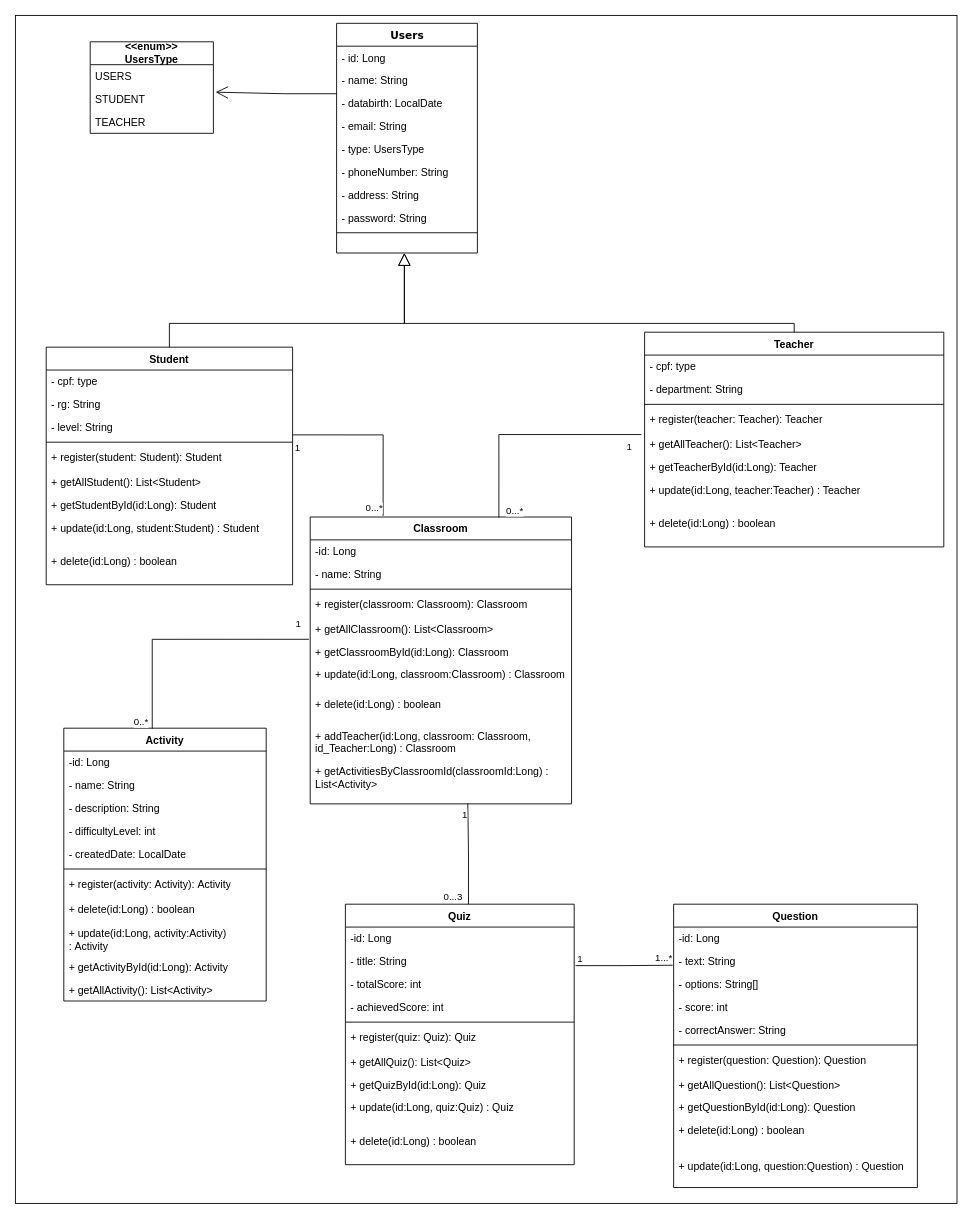
Earlier version of the draw.io diagram diagramas/Diagrama de classes.drawio (Jhonatan-Gutemberg/EnglishSchool). Source tidied: cells renumbered, new cells numbered last; positions are measured from the earlier drawing's top-left corner, leaving out a move shared by most shapes. Both pictures are drawn from the tidied source at 88%, with x=0, y=0 at pixel (15, 15).
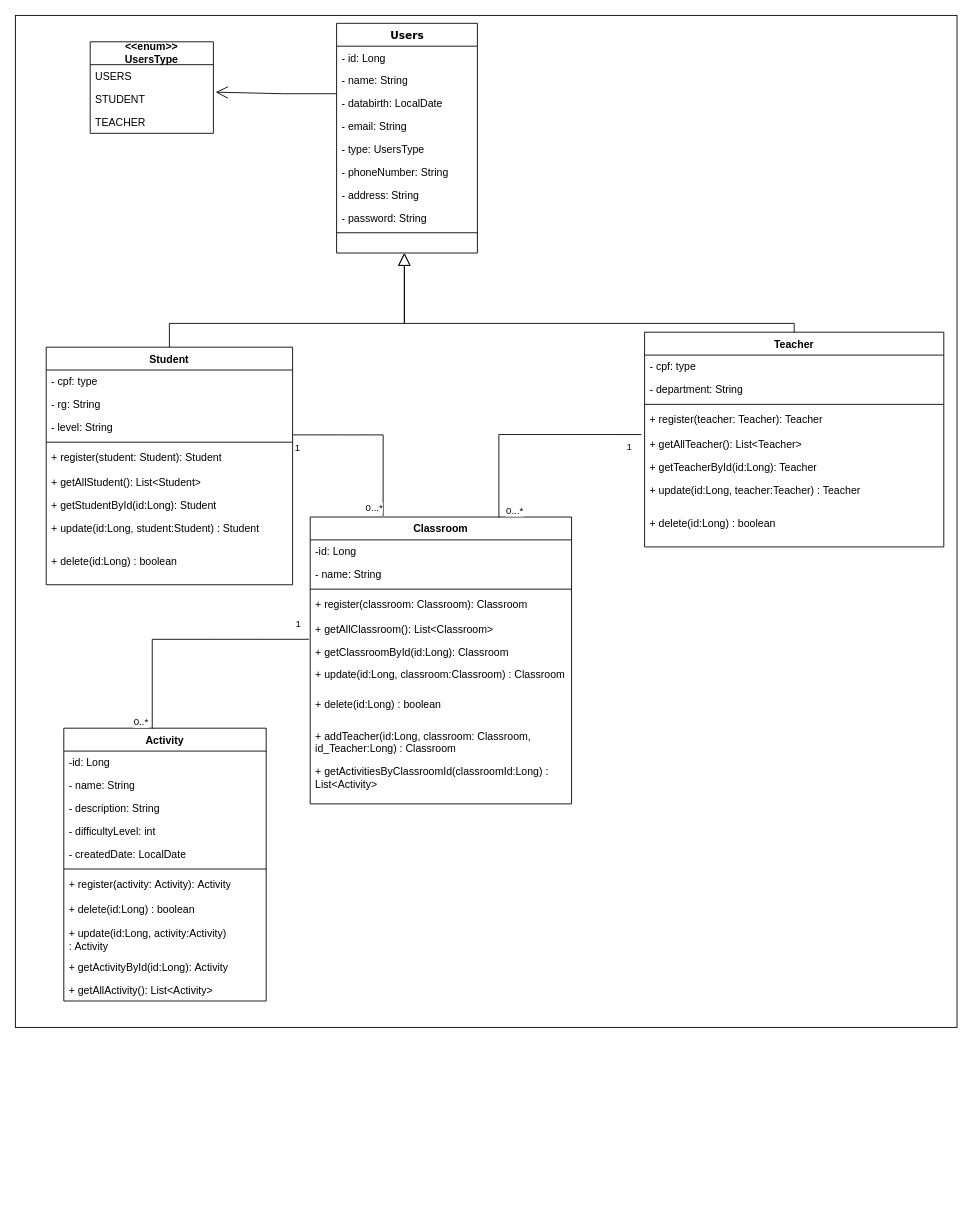
Above is the later version.

The change refers to these unchanged cells:
```xml
<mxCell id="49" value="+ getActivitiesByClassroomId(classroomId:Long) : List&amp;lt;Activity&amp;gt;" style="text;strokeColor=none;fillColor=none;align=left;verticalAlign=top;spacingLeft=4;spacingRight=4;overflow=hidden;points=[[0,0.5],[1,0.5]];portConstraint=eastwest;whiteSpace=wrap;html=1;" parent="39" vertex="1">
  <mxGeometry y="276" width="297" height="50" as="geometry" />
</mxCell>
```

What changed in the source:
```diff
@@
     <mxCell id="2" style="rounded=0;whiteSpace=wrap;html=1;" parent="1" vertex="1">
-      <mxGeometry width="1070" height="1350" as="geometry" />
+      <mxGeometry width="1070" height="1150" as="geometry" />
     </mxCell>
@@
-    <mxCell id="62" value="Quiz" style="swimlane;fontStyle=1;align=center;verticalAlign=top;horizontal=1;startSize=26;whiteSpace=wrap;html=1;" parent="1" vertex="1">
-      <mxGeometry x="375" y="1010" width="260" height="296" as="geometry" />
-    </mxCell>
-    <mxCell id="63" value="-id: Long" style="text;strokeColor=none;fillColor=none;align=left;verticalAlign=top;spacingLeft=4;spacingRight=4;overflow=hidden;whiteSpace=wrap;html=1;" parent="62" vertex="1">
-      <mxGeometry y="26" width="260" height="26" as="geometry" />
-    </mxCell>
-    <mxCell id="64" value="- title: String" style="text;strokeColor=none;fillColor=none;align=left;verticalAlign=top;spacingLeft=4;spacingRight=4;overflow=hidden;points=[[0,0.5],[1,0.5]];portConstraint=eastwest;whiteSpace=wrap;html=1;" parent="62" vertex="1">
-      <mxGeometry y="52" width="260" height="26" as="geometry" />
-    </mxCell>
-    <mxCell id="65" value="- totalScore: int" style="text;strokeColor=none;fillColor=none;align=left;verticalAlign=top;spacingLeft=4;spacingRight=4;overflow=hidden;whiteSpace=wrap;html=1;" parent="62" vertex="1">
-      <mxGeometry y="78" width="260" height="26" as="geometry" />
-    </mxCell>
-    <mxCell id="66" value="- achievedScore: int" style="text;strokeColor=none;fillColor=none;align=left;verticalAlign=top;spacingLeft=4;spacingRight=4;overflow=hidden;whiteSpace=wrap;html=1;" parent="62" vertex="1">
-      <mxGeometry y="104" width="260" height="26" as="geometry" />
-    </mxCell>
-    <mxCell id="67" style="line;strokeWidth=1;fillColor=none;align=left;verticalAlign=middle;spacingTop=-1;spacingLeft=3;spacingRight=3;labelPosition=right;strokeColor=inherit;" parent="62" vertex="1">
-      <mxGeometry y="130" width="260" height="8" as="geometry" />
-    </mxCell>
-    <mxCell id="68" value="+ register(q&lt;span style=&quot;text-align: center;&quot;&gt;uiz&lt;/span&gt;:&amp;nbsp;&lt;span style=&quot;text-align: center;&quot;&gt;Quiz&lt;/span&gt;):&amp;nbsp;&lt;span style=&quot;text-align: center;&quot;&gt;Quiz&lt;/span&gt;" style="text;strokeColor=none;fillColor=none;align=left;verticalAlign=top;spacingLeft=4;spacingRight=4;overflow=hidden;whiteSpace=wrap;html=1;" parent="62" vertex="1">
-      <mxGeometry y="138" width="260" height="28" as="geometry" />
-    </mxCell>
-    <mxCell id="69" value="+ getAll&lt;span style=&quot;text-align: center;&quot;&gt;Quiz&lt;/span&gt;(): List&amp;lt;&lt;span style=&quot;text-align: center;&quot;&gt;Quiz&lt;/span&gt;&amp;gt;" style="text;strokeColor=none;fillColor=none;align=left;verticalAlign=top;spacingLeft=4;spacingRight=4;overflow=hidden;whiteSpace=wrap;html=1;" parent="62" vertex="1">
-      <mxGeometry y="166" width="260" height="26" as="geometry" />
-    </mxCell>
-    <mxCell id="70" value="+ get&lt;span style=&quot;text-align: center;&quot;&gt;Quiz&lt;/span&gt;ById(id:Long):&amp;nbsp;&lt;span style=&quot;text-align: center;&quot;&gt;Quiz&lt;/span&gt;" style="text;strokeColor=none;fillColor=none;align=left;verticalAlign=top;spacingLeft=4;spacingRight=4;overflow=hidden;whiteSpace=wrap;html=1;" parent="62" vertex="1">
-      <mxGeometry y="192" width="260" height="26" as="geometry" />
-    </mxCell>
-    <mxCell id="71" value="+ update(id:Long, q&lt;span style=&quot;text-align: center;&quot;&gt;uiz&lt;/span&gt;:&lt;span style=&quot;text-align: center;&quot;&gt;Quiz&lt;/span&gt;) :&amp;nbsp;&lt;span style=&quot;text-align: center;&quot;&gt;Quiz&lt;/span&gt;" style="text;strokeColor=none;fillColor=none;align=left;verticalAlign=top;spacingLeft=4;spacingRight=4;overflow=hidden;whiteSpace=wrap;html=1;" parent="62" vertex="1">
-      <mxGeometry y="218" width="260" height="38" as="geometry" />
-    </mxCell>
-    <mxCell id="72" value="+ delete(id:Long) : boolean&amp;nbsp;" style="text;strokeColor=none;fillColor=none;align=left;verticalAlign=top;spacingLeft=4;spacingRight=4;overflow=hidden;whiteSpace=wrap;html=1;" parent="62" vertex="1">
-      <mxGeometry y="256" width="260" height="40" as="geometry" />
-    </mxCell>
-    <mxCell id="73" value="Question" style="swimlane;fontStyle=1;align=center;verticalAlign=top;horizontal=1;startSize=26;whiteSpace=wrap;html=1;" parent="1" vertex="1">
-      <mxGeometry x="748" y="1010" width="277" height="322" as="geometry" />
-    </mxCell>
-    <mxCell id="74" value="-id: Long" style="text;strokeColor=none;fillColor=none;align=left;verticalAlign=top;spacingLeft=4;spacingRight=4;overflow=hidden;whiteSpace=wrap;html=1;" parent="73" vertex="1">
-      <mxGeometry y="26" width="277" height="26" as="geometry" />
-    </mxCell>
-    <mxCell id="75" value="- text: String" style="text;strokeColor=none;fillColor=none;align=left;verticalAlign=top;spacingLeft=4;spacingRight=4;overflow=hidden;points=[[0,0.5],[1,0.5]];portConstraint=eastwest;whiteSpace=wrap;html=1;" parent="73" vertex="1">
-      <mxGeometry y="52" width="277" height="26" as="geometry" />
-    </mxCell>
-    <mxCell id="76" value="- options: String[]" style="text;strokeColor=none;fillColor=none;align=left;verticalAlign=top;spacingLeft=4;spacingRight=4;overflow=hidden;whiteSpace=wrap;html=1;" parent="73" vertex="1">
-      <mxGeometry y="78" width="277" height="26" as="geometry" />
-    </mxCell>
-    <mxCell id="77" value="- score: int" style="text;strokeColor=none;fillColor=none;align=left;verticalAlign=top;spacingLeft=4;spacingRight=4;overflow=hidden;whiteSpace=wrap;html=1;" parent="73" vertex="1">
-      <mxGeometry y="104" width="277" height="26" as="geometry" />
-    </mxCell>
-    <mxCell id="78" value="- correctAnswer: String" style="text;strokeColor=none;fillColor=none;align=left;verticalAlign=top;spacingLeft=4;spacingRight=4;overflow=hidden;whiteSpace=wrap;html=1;" parent="73" vertex="1">
-      <mxGeometry y="130" width="277" height="26" as="geometry" />
-    </mxCell>
-    <mxCell id="79" style="line;strokeWidth=1;fillColor=none;align=left;verticalAlign=middle;spacingTop=-1;spacingLeft=3;spacingRight=3;labelPosition=right;strokeColor=inherit;" parent="73" vertex="1">
-      <mxGeometry y="156" width="277" height="8" as="geometry" />
-    </mxCell>
-    <mxCell id="80" value="+ register(q&lt;span style=&quot;text-align: center;&quot;&gt;uestion&lt;/span&gt;:&amp;nbsp;&lt;span style=&quot;text-align: center;&quot;&gt;Question&lt;/span&gt;):&amp;nbsp;&lt;span style=&quot;text-align: center;&quot;&gt;Question&lt;/span&gt;" style="text;strokeColor=none;fillColor=none;align=left;verticalAlign=top;spacingLeft=4;spacingRight=4;overflow=hidden;whiteSpace=wrap;html=1;" parent="73" vertex="1">
-      <mxGeometry y="164" width="277" height="28" as="geometry" />
-    </mxCell>
-    <mxCell id="81" value="+ getAll&lt;span style=&quot;text-align: center;&quot;&gt;Question&lt;/span&gt;(): List&amp;lt;&lt;span style=&quot;text-align: center;&quot;&gt;Question&lt;/span&gt;&amp;gt;" style="text;strokeColor=none;fillColor=none;align=left;verticalAlign=top;spacingLeft=4;spacingRight=4;overflow=hidden;whiteSpace=wrap;html=1;" parent="73" vertex="1">
-      <mxGeometry y="192" width="277" height="26" as="geometry" />
-    </mxCell>
-    <mxCell id="82" value="+ get&lt;span style=&quot;text-align: center;&quot;&gt;Question&lt;/span&gt;ById(id:Long):&amp;nbsp;&lt;span style=&quot;text-align: center;&quot;&gt;Question&lt;/span&gt;" style="text;strokeColor=none;fillColor=none;align=left;verticalAlign=top;spacingLeft=4;spacingRight=4;overflow=hidden;whiteSpace=wrap;html=1;" parent="73" vertex="1">
-      <mxGeometry y="218" width="277" height="26" as="geometry" />
-    </mxCell>
-    <mxCell id="83" value="+ delete(id:Long) : boolean&amp;nbsp;" style="text;strokeColor=none;fillColor=none;align=left;verticalAlign=top;spacingLeft=4;spacingRight=4;overflow=hidden;whiteSpace=wrap;html=1;" parent="73" vertex="1">
-      <mxGeometry y="244" width="277" height="40" as="geometry" />
-    </mxCell>
-    <mxCell id="84" value="+ update(id:Long, q&lt;span style=&quot;text-align: center;&quot;&gt;uestion&lt;/span&gt;:&lt;span style=&quot;text-align: center;&quot;&gt;Question&lt;/span&gt;) :&amp;nbsp;&lt;span style=&quot;text-align: center;&quot;&gt;Question&lt;/span&gt;" style="text;strokeColor=none;fillColor=none;align=left;verticalAlign=top;spacingLeft=4;spacingRight=4;overflow=hidden;whiteSpace=wrap;html=1;" parent="73" vertex="1">
-      <mxGeometry y="284" width="277" height="38" as="geometry" />
-    </mxCell>
@@
-    <mxCell id="88" style="endArrow=none;html=1;edgeStyle=orthogonalEdgeStyle;rounded=0;entryX=-0.004;entryY=0.668;entryDx=0;entryDy=0;entryPerimeter=0;exitX=1.006;exitY=0.685;exitDx=0;exitDy=0;exitPerimeter=0;" parent="1" edge="1" source="64" target="75">
-      <mxGeometry relative="1" as="geometry" />
-    </mxCell>
-    <mxCell id="89" value="1" style="edgeLabel;html=1;align=left;verticalAlign=bottom;" parent="88" vertex="1">
-      <mxGeometry x="-1" relative="1" as="geometry" />
-    </mxCell>
-    <mxCell id="90" value="1...*" style="edgeLabel;html=1;align=right;verticalAlign=bottom;" parent="88" vertex="1">
-      <mxGeometry x="1" relative="1" as="geometry" />
-    </mxCell>
@@
-    <mxCell id="97" style="endArrow=none;html=1;edgeStyle=orthogonalEdgeStyle;rounded=0;entryX=0.603;entryY=0.991;entryDx=0;entryDy=0;entryPerimeter=0;exitX=0.538;exitY=0;exitDx=0;exitDy=0;exitPerimeter=0;" parent="1" edge="1" source="62" target="49">
-      <mxGeometry relative="1" as="geometry" />
-    </mxCell>
-    <mxCell id="98" value="0...3" style="edgeLabel;html=1;align=left;verticalAlign=bottom;" parent="97" vertex="1">
-      <mxGeometry x="-1" relative="1" as="geometry">
-        <mxPoint x="-30" as="offset" />
-      </mxGeometry>
-    </mxCell>
-    <mxCell id="99" value="1" style="edgeLabel;html=1;align=right;verticalAlign=bottom;" parent="97" vertex="1">
-      <mxGeometry x="1" relative="1" as="geometry">
-        <mxPoint y="20" as="offset" />
-      </mxGeometry>
-    </mxCell>
```
